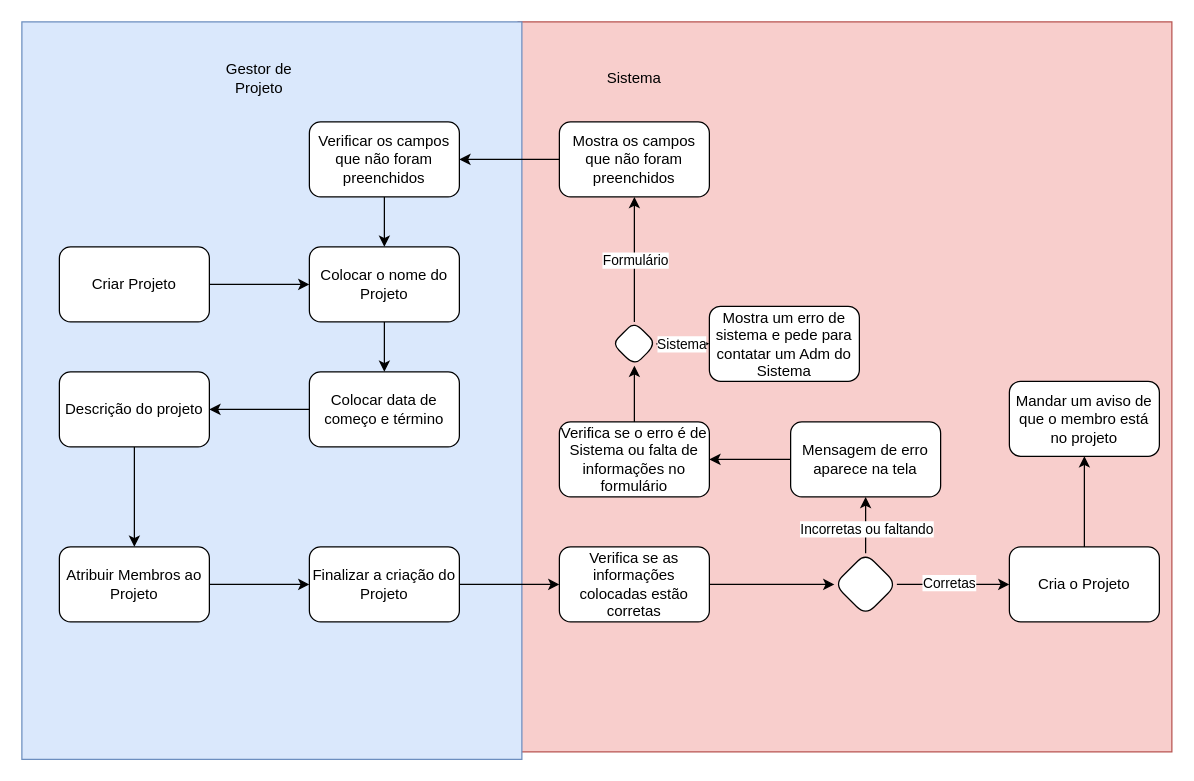
Earlier version of the draw.io diagram Diagrama de atividades.drawio (Chibilski/analisesProjeto). Source tidied: cells renumbered, new cells numbered last; positions are measured from the earlier drawing's top-left corner, leaving out a move shared by most shapes. Both pictures are drawn from the tidied source at 125%, with x=0, y=0 at pixel (21, 21).
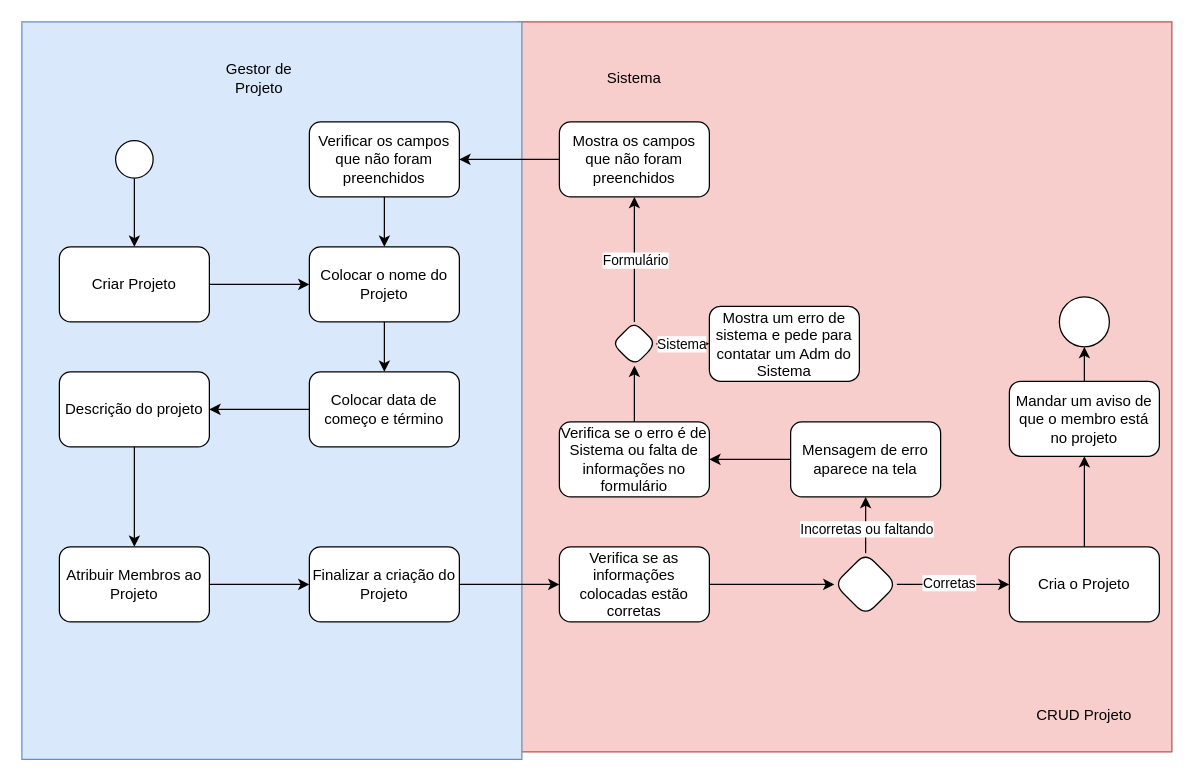
Above is the later version.

Unchanged cells that the change refers to:
```xml
<mxCell id="6" value="Criar Projeto" style="rounded=1;whiteSpace=wrap;html=1;" parent="1" vertex="1">
  <mxGeometry x="30" y="180" width="120" height="60" as="geometry" />
</mxCell>
<mxCell id="41" value="Mandar um aviso de que o membro está no projeto" style="whiteSpace=wrap;html=1;rounded=1;" parent="1" vertex="1">
  <mxGeometry x="790" y="287.5" width="120" height="60" as="geometry" />
</mxCell>
```

The edit, as a diff of the source:
```diff
@@
+    <mxCell id="42" style="edgeStyle=orthogonalEdgeStyle;rounded=0;jettySize=auto;html=1;" parent="1" edge="1" source="41" target="45">
+      <mxGeometry relative="1" as="geometry" />
+    </mxCell>
@@
+    <mxCell id="43" style="edgeStyle=orthogonalEdgeStyle;rounded=0;jettySize=auto;html=1;" parent="1" edge="1" source="44" target="6">
+      <mxGeometry relative="1" as="geometry" />
+    </mxCell>
+    <mxCell id="44" style="ellipse;whiteSpace=wrap;html=1;" parent="1" vertex="1">
+      <mxGeometry x="75" y="95" width="30" height="30" as="geometry" />
+    </mxCell>
+    <mxCell id="45" style="ellipse;whiteSpace=wrap;html=1;" parent="1" vertex="1">
+      <mxGeometry x="830" y="220" width="40" height="40" as="geometry" />
+    </mxCell>
+    <mxCell id="46" value="CRUD Projeto" style="text;html=1;align=center;verticalAlign=middle;whiteSpace=wrap;rounded=0;" parent="1" vertex="1">
+      <mxGeometry x="800" y="540" width="100" height="30" as="geometry" />
+    </mxCell>
```
